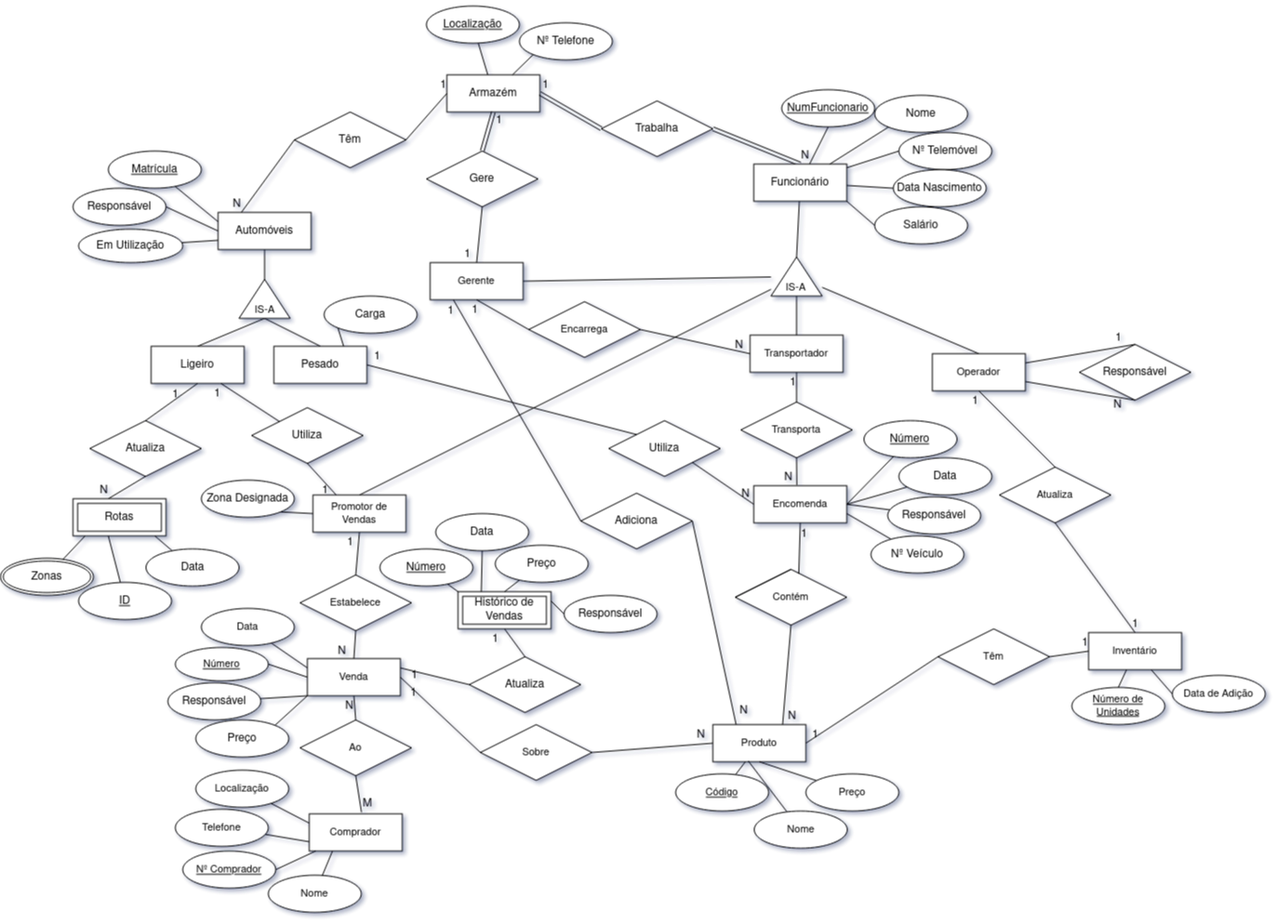
The draw.io diagram bebidis.png in dot-1q/bd-bebidis, before a commit. Source tidied: cells renumbered, new cells last; positions are measured from the earlier drawing's top-left corner, leaving out a move shared by most shapes.
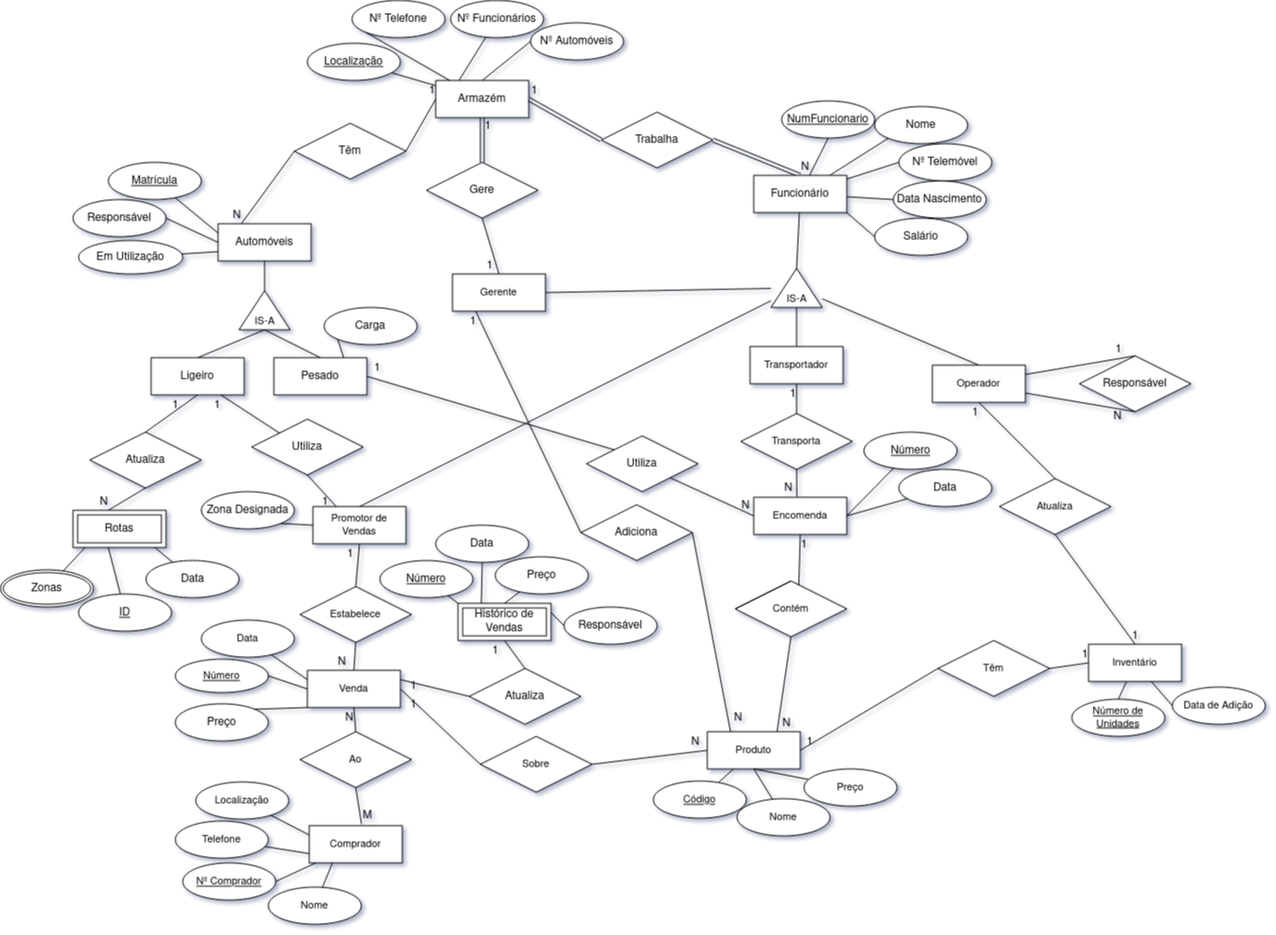
The same file after the commit.

The edit, as a diff of the source:
```diff
@@ -5,24 +5,36 @@
     <mxCell id="2" value="Trabalha " style="shape=rhombus;perimeter=rhombusPerimeter;whiteSpace=wrap;html=1;align=center;" parent="1" vertex="1">
       <mxGeometry x="646" y="108" width="120" height="60" as="geometry" />
     </mxCell>
-    <mxCell id="3" style="group;" parent="1" vertex="1">
-      <mxGeometry x="390" width="290" height="120" as="geometry" />
+    <mxCell id="3" value="N" style="group;" parent="1" vertex="1">
+      <mxGeometry x="378" y="-6" width="322" height="120" as="geometry" />
     </mxCell>
+    <mxCell id="191" style="rounded=0;jettySize=auto;html=1;exitX=0.25;exitY=0;exitDx=0;exitDy=0;endArrow=none;endFill=0;" parent="3" edge="1" source="4" target="193">
+      <mxGeometry relative="1" as="geometry" />
+    </mxCell>
+    <mxCell id="192" style="edgeStyle=none;rounded=0;jettySize=auto;html=1;exitX=0.5;exitY=0;exitDx=0;exitDy=0;entryX=0;entryY=0.5;entryDx=0;entryDy=0;endArrow=none;endFill=0;" parent="3" edge="1" source="4" target="194">
+      <mxGeometry relative="1" as="geometry" />
+    </mxCell>
     <mxCell id="4" value="Armazém" style="whiteSpace=wrap;html=1;align=center;" parent="3" vertex="1">
       <mxGeometry x="90" y="80" width="100" height="40" as="geometry" />
     </mxCell>
     <mxCell id="5" value="Nº Telefone" style="ellipse;whiteSpace=wrap;html=1;align=center;" parent="3" vertex="1">
-      <mxGeometry x="168" y="24" width="100" height="40" as="geometry" />
+      <mxGeometry y="-6" width="100" height="40" as="geometry" />
     </mxCell>
     <mxCell id="6" style="edgeStyle=none;rounded=0;jettySize=auto;html=1;entryX=0;entryY=1;entryDx=0;entryDy=0;endArrow=none;endFill=0;" parent="3" edge="1" source="4" target="5">
       <mxGeometry relative="1" as="geometry" />
     </mxCell>
     <mxCell id="7" value="Localização" style="ellipse;whiteSpace=wrap;html=1;align=center;fontStyle=4;" parent="3" vertex="1">
-      <mxGeometry x="68" y="6" width="100" height="40" as="geometry" />
+      <mxGeometry x="-48" y="40" width="100" height="40" as="geometry" />
     </mxCell>
     <mxCell id="8" style="rounded=0;jettySize=auto;html=1;endArrow=none;endFill=0;" parent="3" edge="1" source="4" target="7">
       <mxGeometry relative="1" as="geometry" />
     </mxCell>
+    <mxCell id="193" value="Nº Funcionários" style="ellipse;whiteSpace=wrap;html=1;align=center;" parent="3" vertex="1">
+      <mxGeometry x="106" y="-6" width="100" height="40" as="geometry" />
+    </mxCell>
+    <mxCell id="194" value="Nº Automóveis" style="ellipse;whiteSpace=wrap;html=1;align=center;" parent="3" vertex="1">
+      <mxGeometry x="192" y="18" width="100" height="40" as="geometry" />
+    </mxCell>
     <mxCell id="9" style="endArrow=none;html=1;rounded=0;exitX=1;exitY=0.5;exitDx=0;exitDy=0;entryX=0.5;entryY=0;entryDx=0;entryDy=0;shape=link;" parent="1" edge="1" source="2" target="17">
       <mxGeometry relative="1" as="geometry" />
     </mxCell>
@@ -105,7 +117,7 @@
       <mxGeometry relative="1" as="geometry" />
     </mxCell>
     <mxCell id="34" value="&lt;div&gt;Gerente&lt;/div&gt;" style="whiteSpace=wrap;html=1;align=center;fontSize=11;" parent="1" vertex="1">
-      <mxGeometry x="462" y="282" width="100" height="40" as="geometry" />
+      <mxGeometry x="486" y="282" width="100" height="40" as="geometry" />
     </mxCell>
     <mxCell id="35" value="&lt;div&gt;Promotor de Vendas&lt;/div&gt;" style="whiteSpace=wrap;html=1;align=center;fontSize=11;" parent="1" vertex="1">
       <mxGeometry x="336" y="532" width="100" height="40" as="geometry" />
@@ -213,25 +225,6 @@
         <mxPoint y="20" as="offset" />
       </mxGeometry>
     </mxCell>
-    <mxCell id="65" value="Encarrega" style="shape=rhombus;perimeter=rhombusPerimeter;whiteSpace=wrap;html=1;align=center;fontSize=11;" parent="1" vertex="1">
-      <mxGeometry x="568" y="324" width="120" height="60" as="geometry" />
-    </mxCell>
-    <mxCell id="66" style="endArrow=none;html=1;rounded=0;fontSize=11;entryX=0.5;entryY=1;entryDx=0;entryDy=0;exitX=0;exitY=0.5;exitDx=0;exitDy=0;" parent="1" edge="1" source="65" target="34">
-      <mxGeometry relative="1" as="geometry" />
-    </mxCell>
-    <mxCell id="67" value="1" style="html=1;align=right;verticalAlign=bottom;" parent="66" vertex="1">
-      <mxGeometry x="1" relative="1" as="geometry">
-        <mxPoint x="2" y="20" as="offset" />
-      </mxGeometry>
-    </mxCell>
-    <mxCell id="68" style="endArrow=none;html=1;rounded=0;fontSize=11;entryX=0;entryY=0.5;entryDx=0;entryDy=0;exitX=1;exitY=0.5;exitDx=0;exitDy=0;" parent="1" edge="1" source="65" target="36">
-      <mxGeometry relative="1" as="geometry" />
-    </mxCell>
-    <mxCell id="69" value="N" style="html=1;align=right;verticalAlign=bottom;" parent="68" vertex="1">
-      <mxGeometry x="1" relative="1" as="geometry">
-        <mxPoint x="-8" as="offset" />
-      </mxGeometry>
-    </mxCell>
     <mxCell id="70" value="Encomenda" style="whiteSpace=wrap;html=1;align=center;fontSize=11;" parent="1" vertex="1">
       <mxGeometry x="810" y="522" width="100" height="40" as="geometry" />
     </mxCell>
@@ -274,12 +267,6 @@
     <mxCell id="81" value="Data" style="ellipse;whiteSpace=wrap;html=1;align=center;" parent="1" vertex="1">
       <mxGeometry x="966" y="492" width="100" height="40" as="geometry" />
     </mxCell>
-    <mxCell id="82" style="edgeStyle=none;rounded=0;jettySize=auto;html=1;entryX=1;entryY=0.5;entryDx=0;entryDy=0;endArrow=none;endFill=0;" parent="1" edge="1" source="83" target="70">
-      <mxGeometry relative="1" as="geometry" />
-    </mxCell>
-    <mxCell id="83" value="Responsável" style="ellipse;whiteSpace=wrap;html=1;align=center;" parent="1" vertex="1">
-      <mxGeometry x="954" y="534" width="100" height="40" as="geometry" />
-    </mxCell>
     <mxCell id="84" value="Adiciona" style="shape=rhombus;perimeter=rhombusPerimeter;whiteSpace=wrap;html=1;align=center;" parent="1" vertex="1">
       <mxGeometry x="624" y="530" width="120" height="60" as="geometry" />
     </mxCell>
@@ -299,12 +286,6 @@
         <mxPoint x="1" y="20" as="offset" />
       </mxGeometry>
     </mxCell>
-    <mxCell id="89" style="edgeStyle=none;rounded=0;jettySize=auto;html=1;entryX=1;entryY=0.75;entryDx=0;entryDy=0;endArrow=none;endFill=0;" parent="1" edge="1" source="90" target="70">
-      <mxGeometry relative="1" as="geometry" />
-    </mxCell>
-    <mxCell id="90" value="Nº Veículo" style="ellipse;whiteSpace=wrap;html=1;align=center;" parent="1" vertex="1">
-      <mxGeometry x="936" y="576" width="100" height="40" as="geometry" />
-    </mxCell>
     <mxCell id="91" value="&lt;div&gt;Têm&lt;/div&gt;" style="shape=rhombus;perimeter=rhombusPerimeter;whiteSpace=wrap;html=1;align=center;" parent="1" vertex="1">
       <mxGeometry x="316" y="120" width="120" height="60" as="geometry" />
     </mxCell>
@@ -360,7 +341,7 @@
       <mxGeometry x="294" y="372" width="100" height="40" as="geometry" />
     </mxCell>
     <mxCell id="109" value="Utiliza" style="shape=rhombus;perimeter=rhombusPerimeter;whiteSpace=wrap;html=1;align=center;" parent="1" vertex="1">
-      <mxGeometry x="654" y="452" width="120" height="60" as="geometry" />
+      <mxGeometry x="630" y="456" width="120" height="60" as="geometry" />
     </mxCell>
     <mxCell id="110" style="endArrow=none;html=1;rounded=0;entryX=1;entryY=0.5;entryDx=0;entryDy=0;exitX=0;exitY=0;exitDx=0;exitDy=0;" parent="1" edge="1" source="109" target="108">
       <mxGeometry relative="1" as="geometry" />
@@ -476,9 +457,6 @@
     <mxCell id="141" value="Telefone" style="ellipse;whiteSpace=wrap;html=1;align=center;fontSize=11;" parent="132" vertex="1">
       <mxGeometry x="-8" y="252" width="100" height="40" as="geometry" />
     </mxCell>
-    <mxCell id="142" value="Responsável" style="ellipse;whiteSpace=wrap;html=1;align=center;" parent="132" vertex="1">
-      <mxGeometry x="-16" y="116" width="100" height="40" as="geometry" />
-    </mxCell>
     <mxCell id="143" style="endArrow=none;html=1;rounded=0;fontSize=11;exitX=0.5;exitY=1;exitDx=0;exitDy=0;entryX=0.5;entryY=0;entryDx=0;entryDy=0;" parent="132" edge="1" source="133" target="137">
       <mxGeometry relative="1" as="geometry" />
     </mxCell>
@@ -516,9 +494,6 @@
     <mxCell id="153" style="edgeStyle=none;rounded=0;jettySize=auto;html=1;entryX=0;entryY=0.75;entryDx=0;entryDy=0;fontSize=11;endArrow=none;endFill=0;" parent="132" edge="1" source="141" target="138">
       <mxGeometry x="54" y="852" as="geometry" />
     </mxCell>
-    <mxCell id="154" style="edgeStyle=none;rounded=0;jettySize=auto;html=1;entryX=0;entryY=1;entryDx=0;entryDy=0;endArrow=none;endFill=0;" parent="132" edge="1" source="142" target="137">
-      <mxGeometry relative="1" as="geometry" />
-    </mxCell>
     <mxCell id="155" value="Localização" style="ellipse;whiteSpace=wrap;html=1;align=center;fontSize=11;" parent="132" vertex="1">
       <mxGeometry x="14" y="210" width="100" height="40" as="geometry" />
     </mxCell>
@@ -529,27 +504,27 @@
       <mxGeometry relative="1" as="geometry" />
     </mxCell>
     <mxCell id="158" value="Preço" style="ellipse;whiteSpace=wrap;html=1;align=center;" parent="132" vertex="1">
-      <mxGeometry x="14" y="156" width="100" height="40" as="geometry" />
+      <mxGeometry x="-8" y="126" width="100" height="40" as="geometry" />
     </mxCell>
     <mxCell id="159" style="group;" parent="1" vertex="1">
-      <mxGeometry x="726" y="779" width="240" height="133" as="geometry" />
+      <mxGeometry x="720" y="774" width="240" height="133" as="geometry" />
     </mxCell>
     <mxCell id="160" value="Produto" style="whiteSpace=wrap;html=1;align=center;fontSize=11;" parent="159" vertex="1">
       <mxGeometry x="40" width="100" height="40" as="geometry" />
     </mxCell>
     <mxCell id="161" value="Código" style="ellipse;whiteSpace=wrap;html=1;align=center;fontStyle=4;fontSize=11;" parent="159" vertex="1">
-      <mxGeometry y="53" width="100" height="40" as="geometry" />
+      <mxGeometry x="-18" y="53" width="100" height="40" as="geometry" />
     </mxCell>
     <mxCell id="162" value="Nome" style="ellipse;whiteSpace=wrap;html=1;align=center;fontSize=11;direction=west;" parent="159" vertex="1">
-      <mxGeometry x="84.5" y="93" width="100" height="40" as="geometry" />
+      <mxGeometry x="72" y="72" width="100" height="40" as="geometry" />
     </mxCell>
     <mxCell id="163" value="Preço" style="ellipse;whiteSpace=wrap;html=1;align=center;fontSize=11;" parent="159" vertex="1">
-      <mxGeometry x="140" y="53" width="100" height="40" as="geometry" />
+      <mxGeometry x="144" y="40" width="100" height="40" as="geometry" />
     </mxCell>
     <mxCell id="164" style="edgeStyle=none;rounded=0;jettySize=auto;html=1;fontSize=11;endArrow=none;endFill=0;" parent="159" edge="1" source="161" target="160">
       <mxGeometry relative="1" as="geometry" />
     </mxCell>
-    <mxCell id="165" style="edgeStyle=none;rounded=0;jettySize=auto;html=1;entryX=0.38;entryY=0.975;entryDx=0;entryDy=0;entryPerimeter=0;fontSize=11;endArrow=none;endFill=0;" parent="159" edge="1" source="162" target="160">
+    <mxCell id="165" style="edgeStyle=none;rounded=0;jettySize=auto;html=1;entryX=0.5;entryY=1;entryDx=0;entryDy=0;fontSize=11;endArrow=none;endFill=0;" parent="159" edge="1" source="162" target="160">
       <mxGeometry relative="1" as="geometry" />
     </mxCell>
     <mxCell id="166" style="edgeStyle=none;rounded=0;jettySize=auto;html=1;entryX=0.5;entryY=1;entryDx=0;entryDy=0;fontSize=11;endArrow=none;endFill=0;" parent="159" edge="1" source="163" target="160">
```
